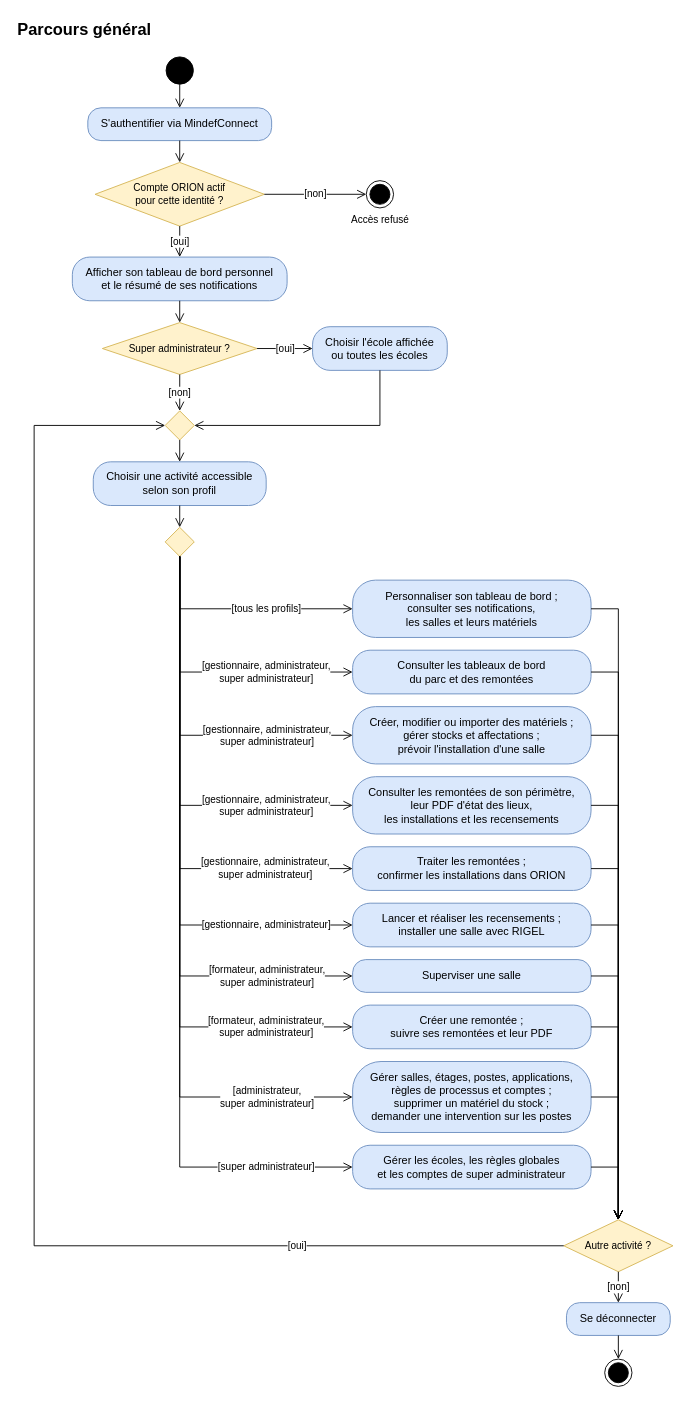
Before: page "Parcours général" (1 of 10) of docs/02-ANALYSE/01-MODELISATION-METIER/02-DIAGRAMMES-ACTIVITE.drawio in bpierrelouis/aster, a draw.io diagram. Source tidied: cells renumbered, new cells numbered last; positions are measured from the earlier drawing's top-left corner, leaving out a move shared by most shapes. Both pictures are drawn from the tidied source at 91%, with x=0, y=0 at pixel (15, 15).
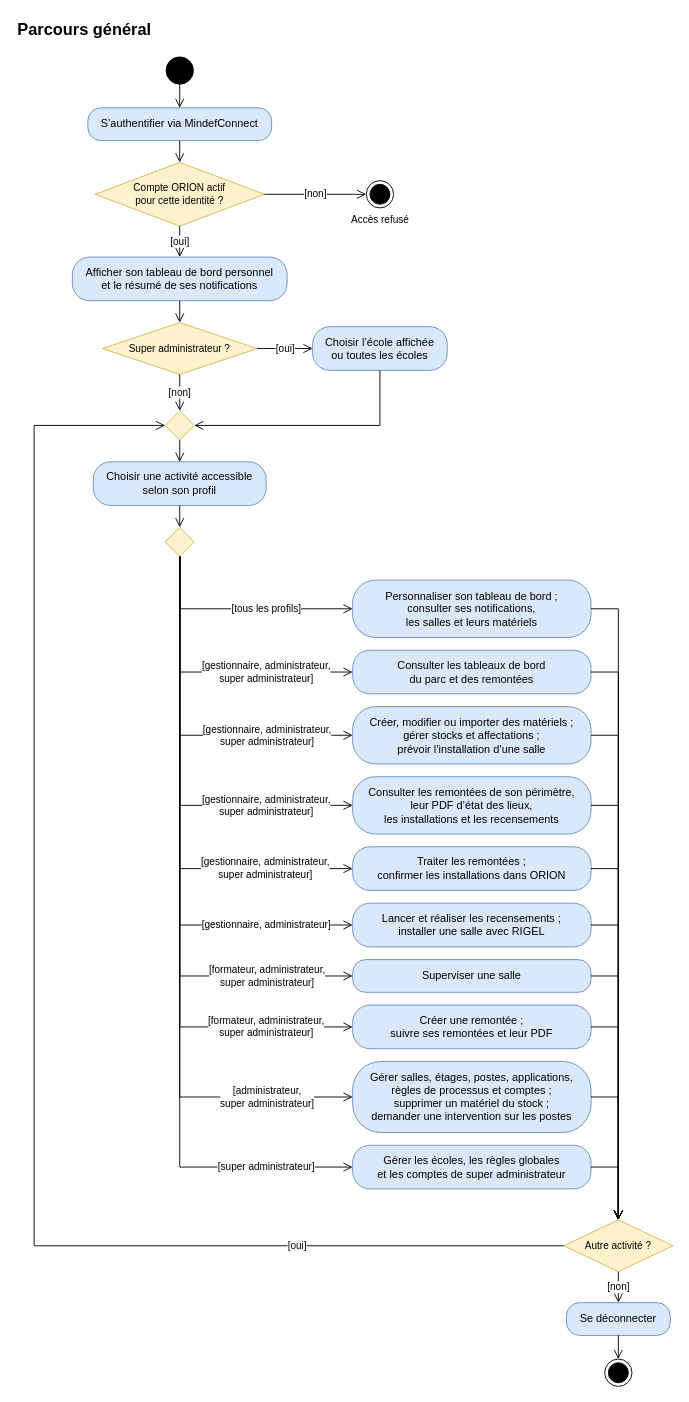
After the change.

The edit, as a diff of the source:
```diff
@@
-    <mxCell id="4" value="S'authentifier via MindefConnect" style="rounded=1;arcSize=40;whiteSpace=wrap;html=1;fontSize=12;fillColor=#dae8fc;strokeColor=#6c8ebf;" parent="1" vertex="1">
+    <mxCell id="4" value="S’authentifier via MindefConnect" style="rounded=1;arcSize=40;whiteSpace=wrap;html=1;fontSize=12;fillColor=#dae8fc;strokeColor=#6c8ebf;" parent="1" vertex="1">
       <mxGeometry x="79" y="101" width="202" height="36" as="geometry" />
     </mxCell>
@@
-    <mxCell id="9" value="Choisir l'école affichée&lt;br&gt;ou toutes les écoles" style="rounded=1;arcSize=40;whiteSpace=wrap;html=1;fontSize=12;fillColor=#dae8fc;strokeColor=#6c8ebf;" parent="1" vertex="1">
+    <mxCell id="9" value="Choisir l’école affichée&lt;br&gt;ou toutes les écoles" style="rounded=1;arcSize=40;whiteSpace=wrap;html=1;fontSize=12;fillColor=#dae8fc;strokeColor=#6c8ebf;" parent="1" vertex="1">
       <mxGeometry x="326" y="341.5" width="148" height="48" as="geometry" />
     </mxCell>
@@
-    <mxCell id="15" value="Créer, modifier ou importer des matériels ;&lt;br&gt;gérer stocks et affectations ;&lt;br&gt;prévoir l'installation d'une salle" style="rounded=1;arcSize=40;whiteSpace=wrap;html=1;fontSize=12;fillColor=#dae8fc;strokeColor=#6c8ebf;" parent="1" vertex="1">
+    <mxCell id="15" value="Créer, modifier ou importer des matériels ;&lt;br&gt;gérer stocks et affectations ;&lt;br&gt;prévoir l’installation d’une salle" style="rounded=1;arcSize=40;whiteSpace=wrap;html=1;fontSize=12;fillColor=#dae8fc;strokeColor=#6c8ebf;" parent="1" vertex="1">
       <mxGeometry x="370" y="759" width="262" height="63" as="geometry" />
     </mxCell>
-    <mxCell id="16" value="Consulter les remontées de son périmètre,&lt;br&gt;leur PDF d'état des lieux,&lt;br&gt;les installations et les recensements" style="rounded=1;arcSize=40;whiteSpace=wrap;html=1;fontSize=12;fillColor=#dae8fc;strokeColor=#6c8ebf;" parent="1" vertex="1">
+    <mxCell id="16" value="Consulter les remontées de son périmètre,&lt;br&gt;leur PDF d’état des lieux,&lt;br&gt;les installations et les recensements" style="rounded=1;arcSize=40;whiteSpace=wrap;html=1;fontSize=12;fillColor=#dae8fc;strokeColor=#6c8ebf;" parent="1" vertex="1">
       <mxGeometry x="370" y="836" width="262" height="63" as="geometry" />
     </mxCell>
```
